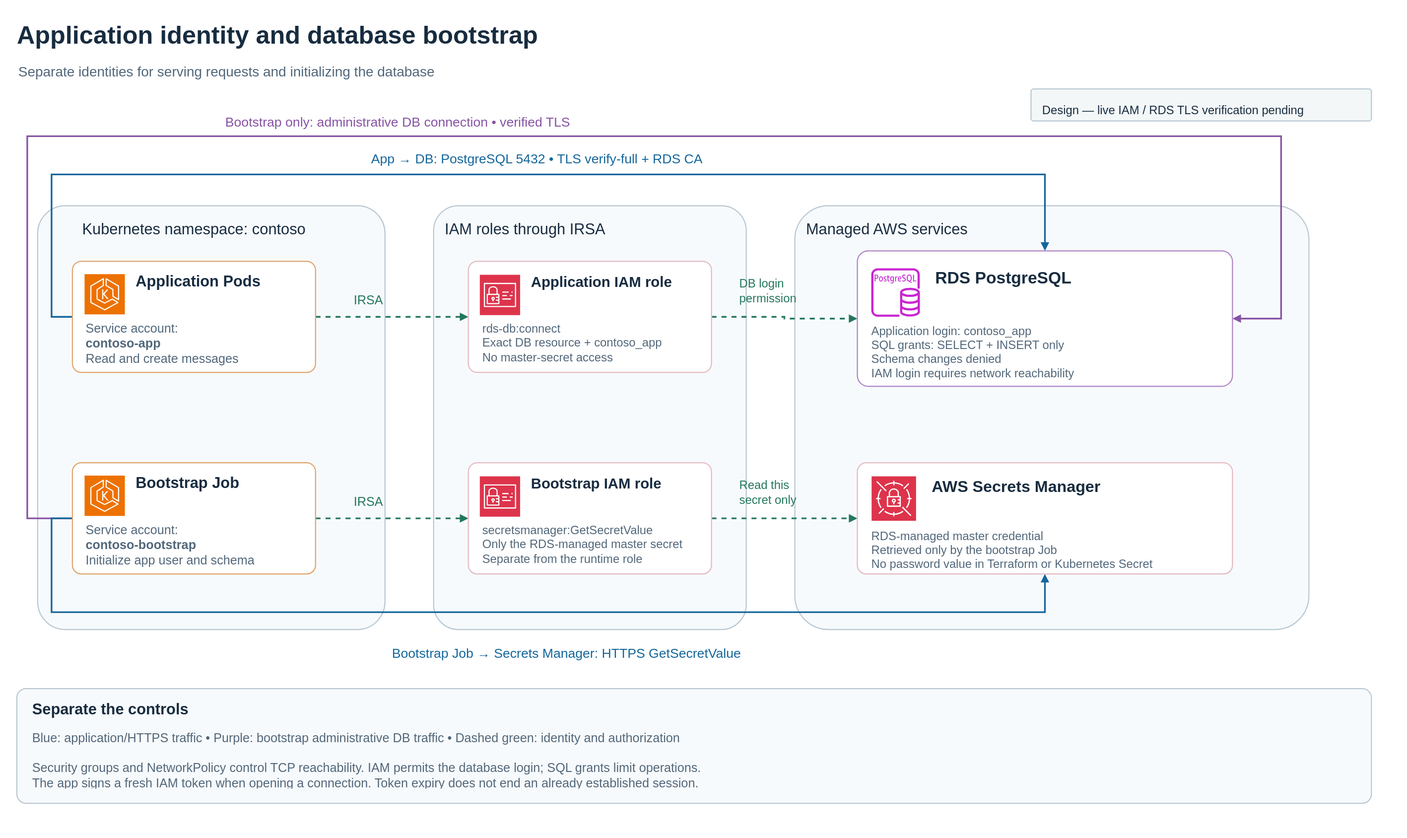
westfood/aws-eks-assignment keeps this draw.io diagram as docs/architecture-identity.svg. Above is the earlier version. Source tidied: cells renumbered, new cells last; positions are measured from the earlier drawing's top-left corner, leaving out a move shared by most shapes.
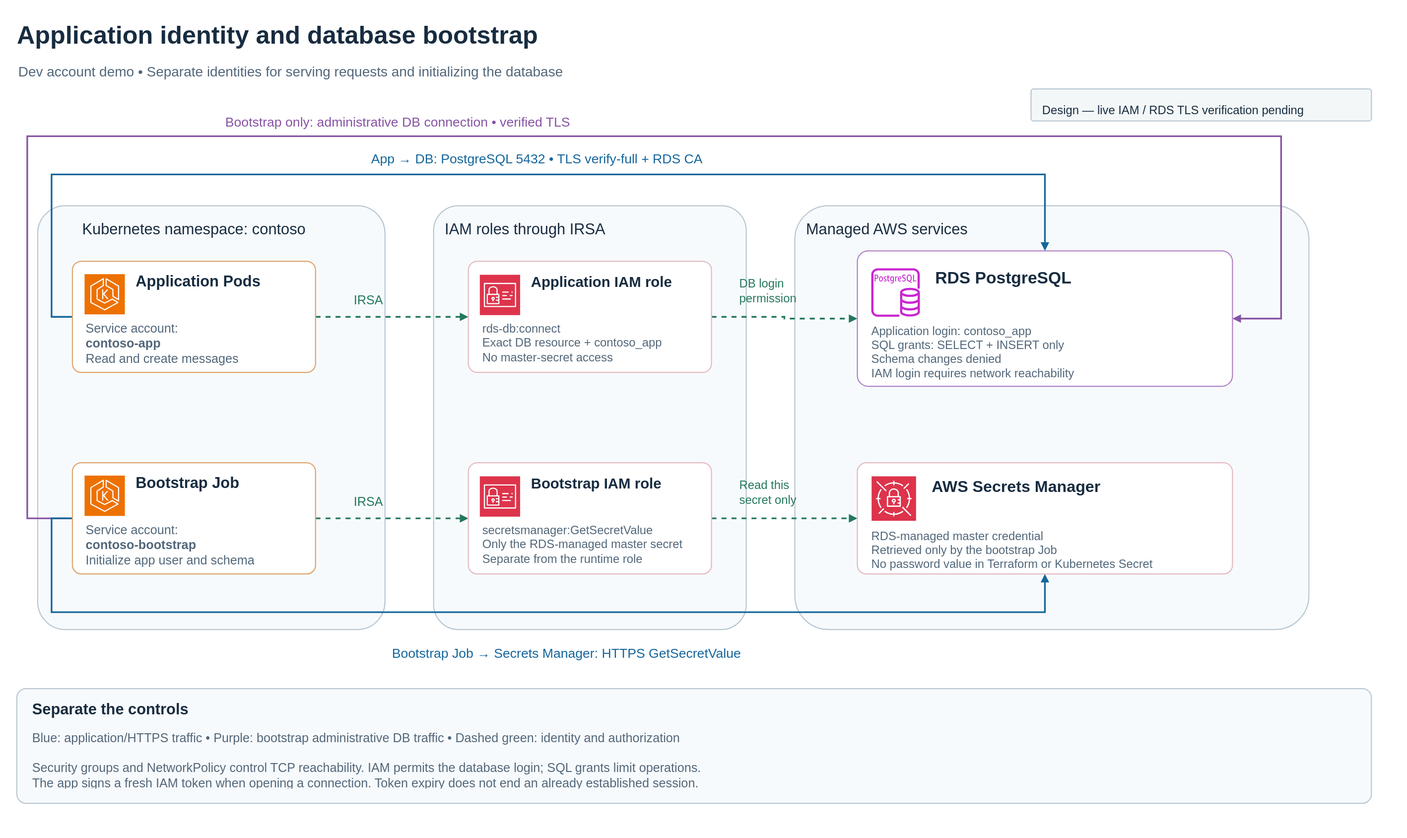
After the commit.

Change to the diagram source:
```diff
@@ -54,7 +54,7 @@
     <mxCell id="12" value="Application identity and database bootstrap" style="text;html=1;whiteSpace=wrap;overflow=hidden;rounded=0;strokeColor=none;fillColor=none;fontFamily=Arial;fontSize=36;fontStyle=1;fontColor=#182C40;align=left;verticalAlign=middle;spacing=0;" parent="1" vertex="1">
       <mxGeometry width="1780" height="52" as="geometry" />
     </mxCell>
-    <mxCell id="13" value="Separate identities for serving requests and initializing the database" style="text;html=1;whiteSpace=wrap;overflow=hidden;rounded=0;strokeColor=none;fillColor=none;fontFamily=Arial;fontSize=20;fontStyle=0;fontColor=#52677A;align=left;verticalAlign=middle;spacing=0;" parent="1" vertex="1">
+    <mxCell id="13" value="Dev account demo • Separate identities for serving requests and initializing the database" style="text;html=1;whiteSpace=wrap;overflow=hidden;rounded=0;strokeColor=none;fillColor=none;fontFamily=Arial;fontSize=20;fontStyle=0;fontColor=#52677A;align=left;verticalAlign=middle;spacing=0;" parent="1" vertex="1">
       <mxGeometry x="2" y="62" width="1700" height="31" as="geometry" />
     </mxCell>
     <mxCell id="14" value="Design — live IAM / RDS TLS verification pending" style="rounded=1;arcSize=8;html=1;whiteSpace=wrap;fillColor=#F3F7F7;strokeColor=#B9C8D3;strokeWidth=1.6;fontFamily=Arial;fontSize=17;fontColor=#182C40;verticalAlign=top;align=left;spacing=16;dashed=0;" parent="1" vertex="1">
```
